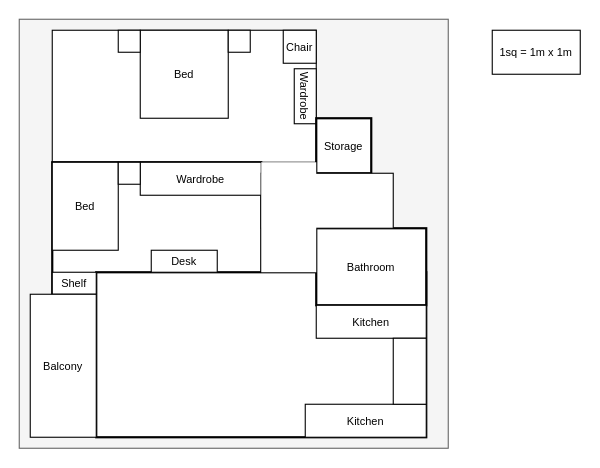
This is page "Page-1" (1 of 2) of tech_blog/content/what_do_I_think/Flat_Setup.drawio from calumjackson/techblog, a draw.io file, before an edit. Source tidied: cells renumbered, new cells numbered last; positions are measured from the earlier drawing's top-left corner, leaving out a move shared by most shapes. Both pictures are drawn from the tidied source at 110%, with x=0, y=0 at pixel (19, 19).
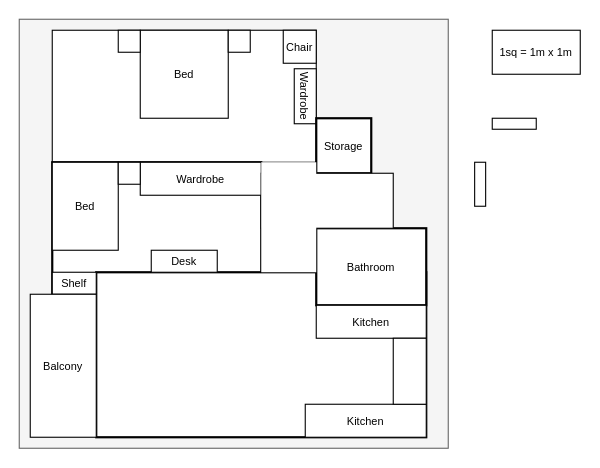
Above is the later version.

The edit, as a diff of the source:
```diff
@@
+    <mxCell id="25" style="rounded=0;whiteSpace=wrap;html=1;" parent="1" vertex="1">
+      <mxGeometry x="430" y="90" width="40" height="10" as="geometry" />
+    </mxCell>
+    <mxCell id="26" style="rounded=0;whiteSpace=wrap;html=1;" parent="1" vertex="1">
+      <mxGeometry x="414" y="130" width="10" height="40" as="geometry" />
+    </mxCell>
```
